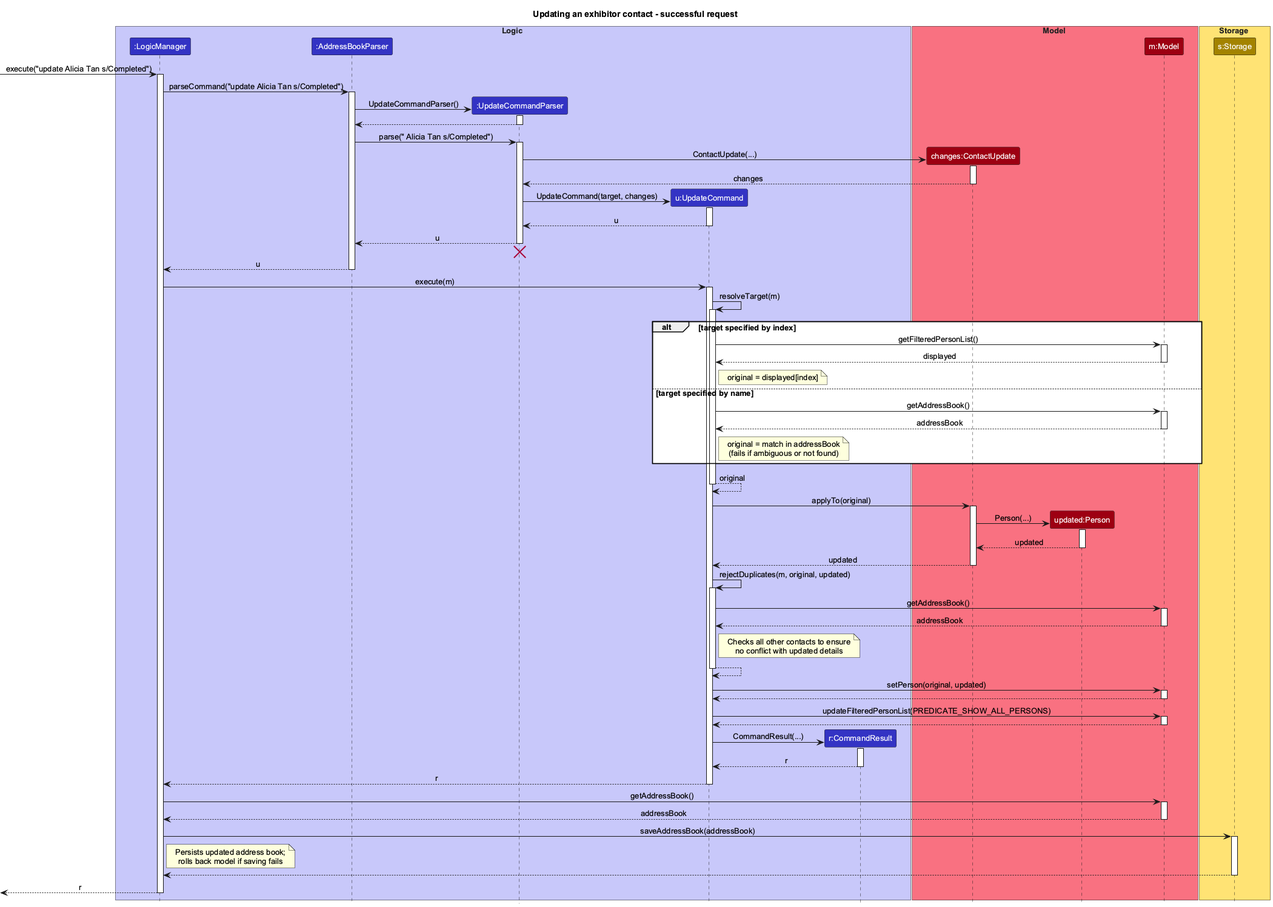
Before: docs/images/UpdateSequenceDiagram.png, a diagram exported from PlantUML (AY2627S1-CS2103T-W11-2/tp). Source of this version:
```plantuml
@startuml
!include style.puml
title Updating an exhibitor contact - successful request
skinparam ArrowFontStyle plain
skinparam defaultFontName Arial
skinparam defaultFontSize 13
skinparam ParticipantFontColor #FFFFFF
skinparam SequenceBoxFontColor #222222

box Logic LOGIC_COLOR_T1
participant ":LogicManager" as LogicManager LOGIC_COLOR
participant ":AddressBookParser" as AddressBookParser LOGIC_COLOR
participant ":UpdateCommandParser" as UpdateCommandParser LOGIC_COLOR
participant "u:UpdateCommand" as UpdateCommand LOGIC_COLOR
participant "r:CommandResult" as CommandResult LOGIC_COLOR
end box

box Model MODEL_COLOR_T1
participant "changes:ContactUpdate" as ContactUpdate MODEL_COLOR
participant "updated:Person" as Person MODEL_COLOR
participant "m:Model" as Model MODEL_COLOR
end box

box Storage STORAGE_COLOR_T1
participant "s:Storage" as Storage STORAGE_COLOR
end box

[-> LogicManager : execute("update Alicia Tan s/Completed")
activate LogicManager

LogicManager -> AddressBookParser : parseCommand("update Alicia Tan s/Completed")
activate AddressBookParser

create UpdateCommandParser
AddressBookParser -> UpdateCommandParser : UpdateCommandParser()
activate UpdateCommandParser
UpdateCommandParser --> AddressBookParser
deactivate UpdateCommandParser

AddressBookParser -> UpdateCommandParser : parse(" Alicia Tan s/Completed")
activate UpdateCommandParser

create ContactUpdate
UpdateCommandParser -> ContactUpdate : ContactUpdate(...)
activate ContactUpdate
ContactUpdate --> UpdateCommandParser : changes
deactivate ContactUpdate

create UpdateCommand
UpdateCommandParser -> UpdateCommand : UpdateCommand(target, changes)
activate UpdateCommand

UpdateCommand --> UpdateCommandParser : u
deactivate UpdateCommand

UpdateCommandParser --> AddressBookParser : u
deactivate UpdateCommandParser
UpdateCommandParser -[hidden]-> AddressBookParser
destroy UpdateCommandParser

AddressBookParser --> LogicManager : u
deactivate AddressBookParser

LogicManager -> UpdateCommand : execute(m)
activate UpdateCommand

UpdateCommand -> UpdateCommand : resolveTarget(m)
activate UpdateCommand

alt target specified by index
    UpdateCommand -> Model : getFilteredPersonList()
    activate Model
    Model --> UpdateCommand : displayed
    deactivate Model
    note right of UpdateCommand : original = displayed[index]
else target specified by name
    UpdateCommand -> Model : getAddressBook()
    activate Model
    Model --> UpdateCommand : addressBook
    deactivate Model
    note right of UpdateCommand : original = match in addressBook\n(fails if ambiguous or not found)
end

UpdateCommand --> UpdateCommand : original
deactivate UpdateCommand

UpdateCommand -> ContactUpdate : applyTo(original)
activate ContactUpdate

create Person
ContactUpdate -> Person : Person(...)
activate Person
Person --> ContactUpdate : updated
deactivate Person

ContactUpdate --> UpdateCommand : updated
deactivate ContactUpdate

UpdateCommand -> UpdateCommand : rejectDuplicates(m, original, updated)
activate UpdateCommand

UpdateCommand -> Model : getAddressBook()
activate Model
Model --> UpdateCommand : addressBook
deactivate Model

note right of UpdateCommand : Checks all other contacts to ensure\nno conflict with updated details

UpdateCommand --> UpdateCommand
deactivate UpdateCommand

UpdateCommand -> Model : setPerson(original, updated)
activate Model
Model --> UpdateCommand
deactivate Model

UpdateCommand -> Model : updateFilteredPersonList(PREDICATE_SHOW_ALL_PERSONS)
activate Model
Model --> UpdateCommand
deactivate Model

create CommandResult
UpdateCommand -> CommandResult : CommandResult(...)
activate CommandResult

CommandResult --> UpdateCommand : r
deactivate CommandResult

UpdateCommand --> LogicManager : r
deactivate UpdateCommand

LogicManager -> Model : getAddressBook()
activate Model
Model --> LogicManager : addressBook
deactivate Model

LogicManager -> Storage : saveAddressBook(addressBook)
activate Storage
note right of LogicManager : Persists updated address book;\nrolls back model if saving fails
Storage --> LogicManager
deactivate Storage

[<-- LogicManager : r
deactivate LogicManager
@enduml
```
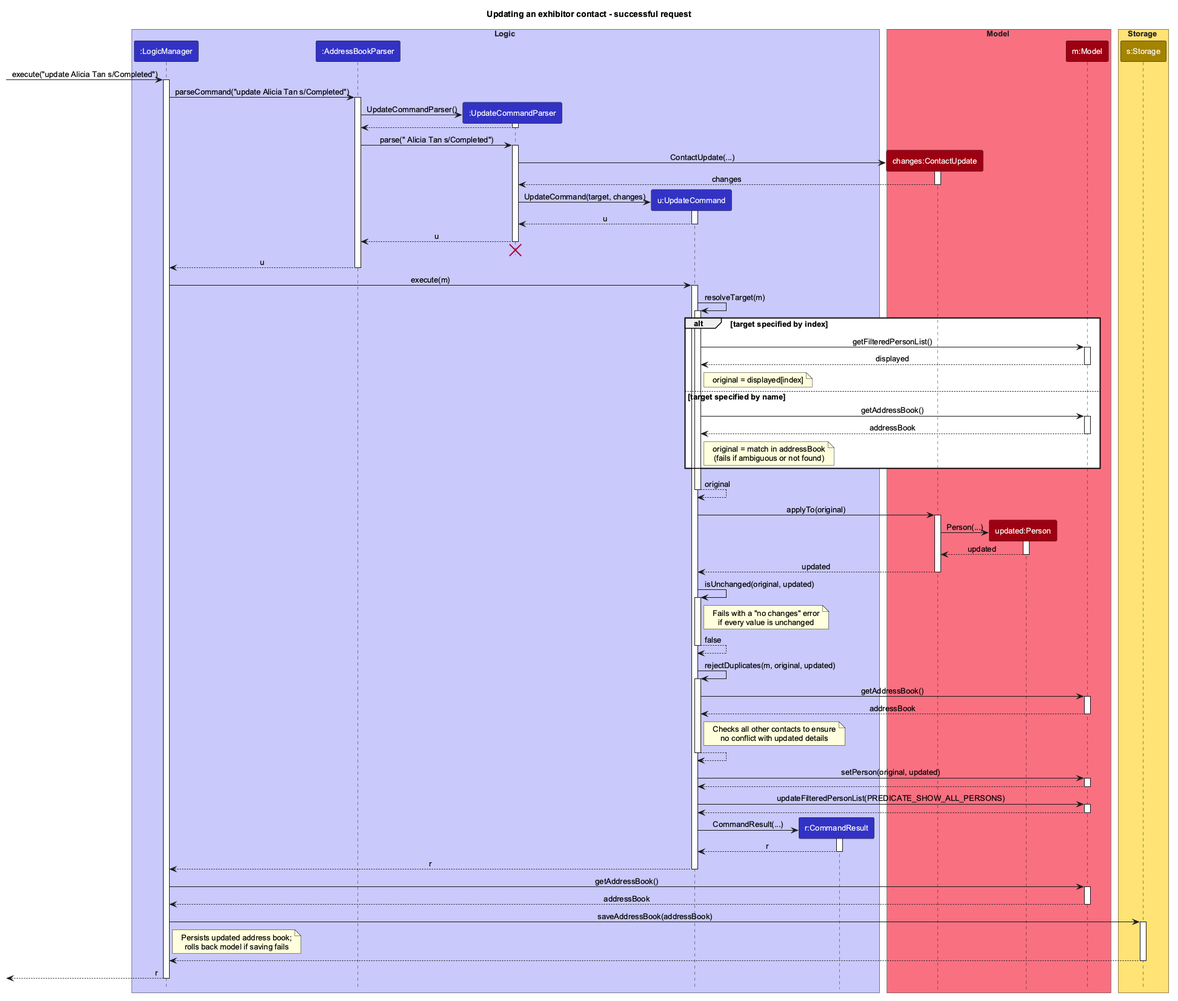
Later version of the same file.

What changed in the source:
```diff
@@ -96,6 +96,12 @@
 ContactUpdate --> UpdateCommand : updated
 deactivate ContactUpdate
 
+UpdateCommand -> UpdateCommand : isUnchanged(original, updated)
+activate UpdateCommand
+note right of UpdateCommand : Fails with a "no changes" error\nif every value is unchanged
+UpdateCommand --> UpdateCommand : false
+deactivate UpdateCommand
+
 UpdateCommand -> UpdateCommand : rejectDuplicates(m, original, updated)
 activate UpdateCommand
 
```
